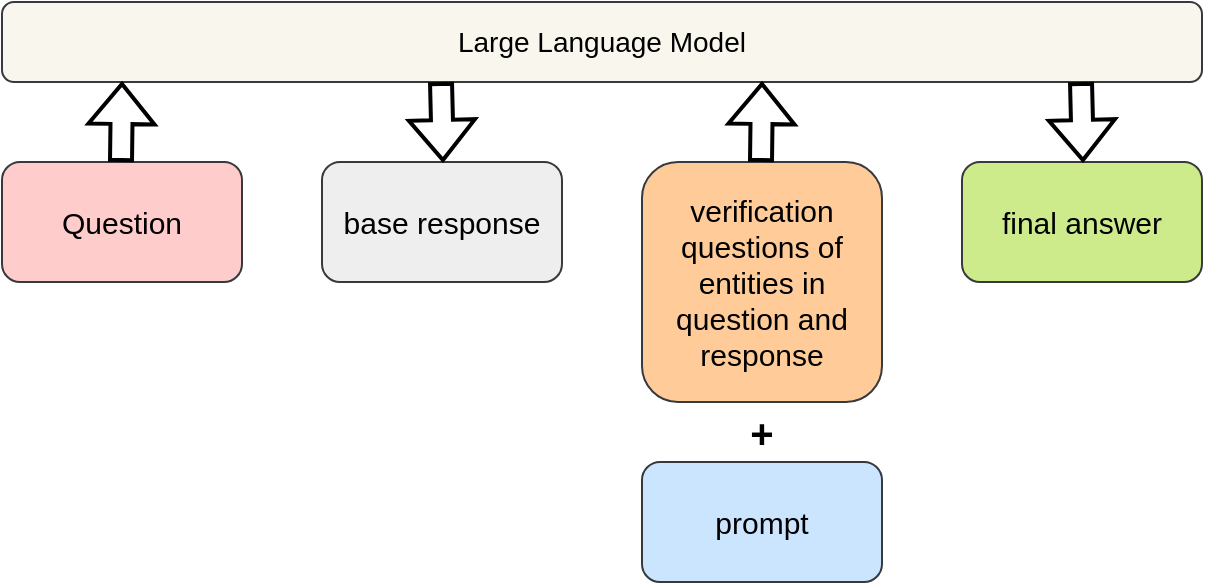
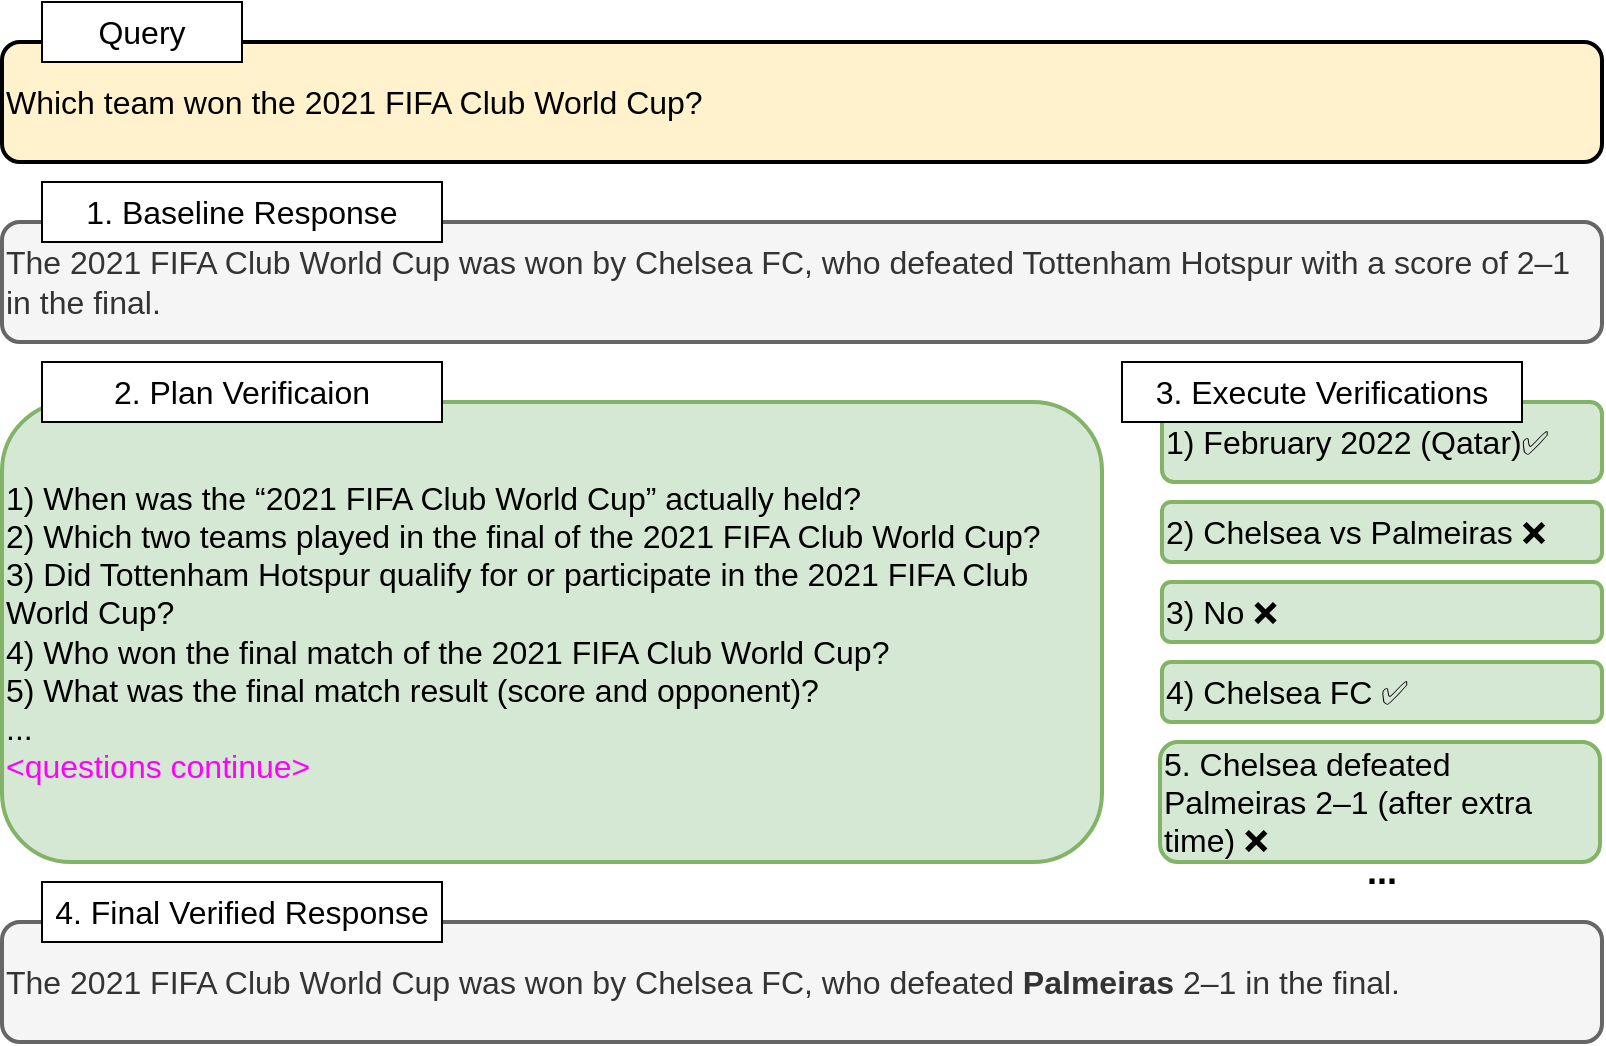
- <mxfile host="Electron" agent="Mozilla/5.0 (Windows NT 10.0; Win64; x64) AppleWebKit/537.36 (KHTML, like Gecko) draw.io/29.0.3 Chrome/140.0.7339.249 Electron/38.7.0 Safari/537.36" version="29.0.3">
+ <mxfile host="Electron" agent="Mozilla/5.0 (Windows NT 10.0; Win64; x64) AppleWebKit/537.36 (KHTML, like Gecko) draw.io/29.3.0 Chrome/140.0.7339.249 Electron/38.7.2 Safari/537.36" version="29.3.0">
  <diagram name="第 1 页" id="AIyV4BcjqFachb0cqfhk">
    <mxGraphModel dx="1090" dy="593" grid="1" gridSize="10" guides="1" tooltips="1" connect="1" arrows="1" fold="1" page="1" pageScale="1" pageWidth="827" pageHeight="1169" math="0" shadow="0">
      <root>
        <mxCell id="0" />
        <mxCell id="1" parent="0" />
-         <mxCell id="ig_agJYFBDcc38hmuwL_-1" value="&lt;font face=&quot;Arial&quot; style=&quot;font-size: 15px;&quot;&gt;Question&lt;/font&gt;" style="rounded=1;whiteSpace=wrap;html=1;fillColor=#ffcccc;strokeColor=#36393d;" parent="1" vertex="1">
-           <mxGeometry x="90" y="250" width="120" height="60" as="geometry" />
+         <mxCell id="i053n4IytH6U0uaCTYtc-1" parent="1" style="rounded=1;whiteSpace=wrap;html=1;fillColor=#fff2cc;strokeColor=#000000;gradientColor=none;strokeWidth=2;align=left;fontFamily=Arial;fontSize=16;" value="Which team won the 2021 FIFA Club World Cup?" vertex="1">
+           <mxGeometry height="60" width="800" x="14" y="60" as="geometry" />
        </mxCell>
-         <mxCell id="ig_agJYFBDcc38hmuwL_-2" value="&lt;font face=&quot;Arial&quot; style=&quot;font-size: 15px;&quot;&gt;base response&lt;/font&gt;" style="rounded=1;whiteSpace=wrap;html=1;fillColor=#eeeeee;strokeColor=#36393d;" parent="1" vertex="1">
-           <mxGeometry x="250" y="250" width="120" height="60" as="geometry" />
+         <mxCell id="i053n4IytH6U0uaCTYtc-2" parent="1" style="rounded=0;whiteSpace=wrap;html=1;fontFamily=Arial;fontSize=16;" value="Query" vertex="1">
+           <mxGeometry height="30" width="100" x="34" y="40" as="geometry" />
        </mxCell>
-         <mxCell id="ig_agJYFBDcc38hmuwL_-3" value="&lt;font face=&quot;Arial&quot;&gt;&lt;span style=&quot;font-size: 15px;&quot;&gt;verification questions of entities in question and response&lt;/span&gt;&lt;/font&gt;" style="rounded=1;whiteSpace=wrap;html=1;fillColor=#ffcc99;strokeColor=#36393d;" parent="1" vertex="1">
-           <mxGeometry x="410" y="250" width="120" height="120" as="geometry" />
+         <mxCell id="i053n4IytH6U0uaCTYtc-3" parent="1" style="rounded=1;whiteSpace=wrap;html=1;fillColor=#f5f5f5;strokeColor=#666666;strokeWidth=2;align=left;fontFamily=Arial;fontSize=16;fontColor=#333333;" value="The 2021 FIFA Club World Cup was won by Chelsea FC, who defeated &lt;span data-start=&quot;496&quot; data-end=&quot;517&quot; style=&quot;&quot;&gt;Tottenham Hotspur&lt;/span&gt; with a score of 2–1 in the final." vertex="1">
+           <mxGeometry height="60" width="800" x="14" y="150" as="geometry" />
        </mxCell>
-         <mxCell id="ig_agJYFBDcc38hmuwL_-4" value="&lt;font face=&quot;Arial&quot; style=&quot;font-size: 15px;&quot;&gt;final answer&lt;/font&gt;" style="rounded=1;whiteSpace=wrap;html=1;fillColor=#cdeb8b;strokeColor=#36393d;" parent="1" vertex="1">
-           <mxGeometry x="570" y="250" width="120" height="60" as="geometry" />
+         <mxCell id="i053n4IytH6U0uaCTYtc-4" parent="1" style="rounded=0;whiteSpace=wrap;html=1;fontFamily=Arial;fontSize=16;" value="1. Baseline Response" vertex="1">
+           <mxGeometry height="30" width="200" x="34" y="130" as="geometry" />
        </mxCell>
-         <mxCell id="ig_agJYFBDcc38hmuwL_-5" value="&lt;font face=&quot;Arial&quot; style=&quot;font-size: 14px;&quot;&gt;Large Language Model&lt;/font&gt;" style="rounded=1;whiteSpace=wrap;html=1;fillColor=#f9f7ed;strokeColor=#36393d;" parent="1" vertex="1">
-           <mxGeometry x="90" y="170" width="600" height="40" as="geometry" />
+         <mxCell id="i053n4IytH6U0uaCTYtc-6" parent="1" style="rounded=1;whiteSpace=wrap;html=1;fillColor=#d5e8d4;strokeColor=#82b366;strokeWidth=2;align=left;fontFamily=Arial;fontSize=16;" value="&lt;span style=&quot;background-color: transparent; color: light-dark(rgb(0, 0, 0), rgb(255, 255, 255));&quot;&gt;1) When was the “2021 FIFA Club World Cup” actually held?&lt;/span&gt;&lt;br&gt;&lt;span style=&quot;background-color: transparent; color: light-dark(rgb(0, 0, 0), rgb(255, 255, 255));&quot;&gt;2) Which two teams played in the final of the 2021 FIFA Club World Cup?&lt;/span&gt;&lt;br&gt;&lt;span style=&quot;background-color: transparent; color: light-dark(rgb(0, 0, 0), rgb(255, 255, 255));&quot;&gt;3) Did Tottenham Hotspur qualify for or participate in the 2021 FIFA Club World Cup?&lt;/span&gt;&lt;br&gt;&lt;span style=&quot;background-color: transparent; color: light-dark(rgb(0, 0, 0), rgb(255, 255, 255));&quot;&gt;4) Who won the final match of the 2021 FIFA Club World Cup?&lt;/span&gt;&lt;br&gt;&lt;span style=&quot;background-color: transparent; color: light-dark(rgb(0, 0, 0), rgb(255, 255, 255));&quot;&gt;5) What was the final match result (score and opponent)?&lt;/span&gt;&lt;br&gt;&lt;span style=&quot;background-color: transparent; color: light-dark(rgb(0, 0, 0), rgb(255, 255, 255));&quot;&gt;...&lt;/span&gt;&lt;br&gt;&lt;span style=&quot;background-color: transparent;&quot;&gt;&lt;font style=&quot;color: light-dark(rgb(255, 0, 255), rgb(255, 255, 255));&quot;&gt;&amp;lt;questions continue&amp;gt;&lt;/font&gt;&lt;/span&gt;" vertex="1">
+           <mxGeometry height="230" width="550" x="14" y="240" as="geometry" />
        </mxCell>
-         <mxCell id="ig_agJYFBDcc38hmuwL_-6" value="&lt;font style=&quot;font-size: 15px;&quot;&gt;prompt&lt;/font&gt;" style="rounded=1;whiteSpace=wrap;html=1;fillColor=#cce5ff;strokeColor=#36393d;fontFamily=Arial;" parent="1" vertex="1">
-           <mxGeometry x="410" y="400" width="120" height="60" as="geometry" />
+         <mxCell id="i053n4IytH6U0uaCTYtc-7" parent="1" style="rounded=0;whiteSpace=wrap;html=1;fontFamily=Arial;fontSize=16;" value="2. Plan Verificaion" vertex="1">
+           <mxGeometry height="30" width="200" x="34" y="220" as="geometry" />
        </mxCell>
-         <mxCell id="ig_agJYFBDcc38hmuwL_-7" value="" style="shape=flexArrow;endArrow=classic;html=1;rounded=0;fontStyle=0;strokeWidth=2;" parent="1" edge="1">
-           <mxGeometry width="50" height="50" relative="1" as="geometry">
-             <mxPoint x="149.5" y="250" as="sourcePoint" />
-             <mxPoint x="150" y="210" as="targetPoint" />
-           </mxGeometry>
+         <mxCell id="i053n4IytH6U0uaCTYtc-9" parent="1" style="rounded=1;whiteSpace=wrap;html=1;fillColor=#d5e8d4;strokeColor=#82b366;strokeWidth=2;align=left;fontFamily=Arial;fontSize=16;" value="1) February 2022 (Qatar)✅" vertex="1">
+           <mxGeometry height="40" width="220" x="594" y="240" as="geometry" />
        </mxCell>
-         <mxCell id="ig_agJYFBDcc38hmuwL_-8" value="" style="shape=flexArrow;endArrow=classic;html=1;rounded=0;fontStyle=0;strokeWidth=2;" parent="1" edge="1">
-           <mxGeometry width="50" height="50" relative="1" as="geometry">
-             <mxPoint x="309.5" y="210" as="sourcePoint" />
-             <mxPoint x="310.5" y="250" as="targetPoint" />
-           </mxGeometry>
+         <mxCell id="i053n4IytH6U0uaCTYtc-10" parent="1" style="rounded=1;whiteSpace=wrap;html=1;fillColor=#d5e8d4;strokeColor=#82b366;strokeWidth=2;align=left;fontFamily=Arial;fontSize=16;" value="&lt;div&gt;2) Chelsea vs Palmeiras&amp;nbsp;❌&lt;/div&gt;" vertex="1">
+           <mxGeometry height="30" width="220" x="594" y="290" as="geometry" />
        </mxCell>
-         <mxCell id="ig_agJYFBDcc38hmuwL_-9" value="&lt;font face=&quot;Arial&quot; style=&quot;font-size: 20px;&quot;&gt;&lt;b style=&quot;line-height: 100%;&quot;&gt;+&lt;/b&gt;&lt;/font&gt;" style="text;html=1;whiteSpace=wrap;strokeColor=none;fillColor=none;align=center;verticalAlign=middle;rounded=0;" parent="1" vertex="1">
-           <mxGeometry x="440" y="370" width="60" height="30" as="geometry" />
+         <mxCell id="i053n4IytH6U0uaCTYtc-11" parent="1" style="rounded=1;whiteSpace=wrap;html=1;fillColor=#d5e8d4;strokeColor=#82b366;strokeWidth=2;align=left;fontFamily=Arial;fontSize=16;" value="3)&amp;nbsp;No ❌" vertex="1">
+           <mxGeometry height="30" width="220" x="594" y="330" as="geometry" />
        </mxCell>
-         <mxCell id="ig_agJYFBDcc38hmuwL_-10" value="" style="shape=flexArrow;endArrow=classic;html=1;rounded=0;fontStyle=0;strokeWidth=2;" parent="1" edge="1">
-           <mxGeometry width="50" height="50" relative="1" as="geometry">
-             <mxPoint x="469.5" y="250" as="sourcePoint" />
-             <mxPoint x="470" y="210" as="targetPoint" />
-           </mxGeometry>
+         <mxCell id="i053n4IytH6U0uaCTYtc-12" parent="1" style="rounded=1;whiteSpace=wrap;html=1;fillColor=#d5e8d4;strokeColor=#82b366;strokeWidth=2;align=left;fontFamily=Arial;fontSize=16;" value="4)&amp;nbsp;Chelsea FC ✅" vertex="1">
+           <mxGeometry height="30" width="220" x="594" y="370" as="geometry" />
        </mxCell>
-         <mxCell id="ig_agJYFBDcc38hmuwL_-11" value="" style="shape=flexArrow;endArrow=classic;html=1;rounded=0;fontStyle=0;strokeWidth=2;" parent="1" edge="1">
-           <mxGeometry width="50" height="50" relative="1" as="geometry">
-             <mxPoint x="629.5" y="210" as="sourcePoint" />
-             <mxPoint x="630.5" y="250" as="targetPoint" />
-           </mxGeometry>
+         <mxCell id="i053n4IytH6U0uaCTYtc-13" parent="1" style="rounded=1;whiteSpace=wrap;html=1;fillColor=#d5e8d4;strokeColor=#82b366;strokeWidth=2;align=left;fontFamily=Arial;fontSize=16;" value="&lt;div&gt;5.&amp;nbsp;Chelsea defeated Palmeiras 2–1 (after extra time) ❌&lt;/div&gt;" vertex="1">
+           <mxGeometry height="60" width="220" x="593" y="410" as="geometry" />
+         </mxCell>
+         <mxCell id="i053n4IytH6U0uaCTYtc-14" parent="1" style="rounded=0;whiteSpace=wrap;html=1;fontFamily=Arial;fontSize=16;" value="3. Execute Verifications" vertex="1">
+           <mxGeometry height="30" width="200" x="574" y="220" as="geometry" />
+         </mxCell>
+         <mxCell id="i053n4IytH6U0uaCTYtc-15" parent="1" style="rounded=1;whiteSpace=wrap;html=1;fillColor=#f5f5f5;strokeColor=#666666;strokeWidth=2;align=left;fontFamily=Arial;fontSize=16;fontColor=#333333;" value="The 2021 FIFA Club World Cup was won by Chelsea FC, who defeated &lt;strong data-start=&quot;1721&quot; data-end=&quot;1734&quot;&gt;Palmeiras&lt;/strong&gt; 2–1 in the final." vertex="1">
+           <mxGeometry height="60" width="800" x="14" y="500" as="geometry" />
+         </mxCell>
+         <mxCell id="i053n4IytH6U0uaCTYtc-16" parent="1" style="rounded=0;whiteSpace=wrap;html=1;fontFamily=Arial;fontSize=16;" value="4.&amp;nbsp;Final Verified Response" vertex="1">
+           <mxGeometry height="30" width="200" x="34" y="480" as="geometry" />
+         </mxCell>
+         <mxCell id="i053n4IytH6U0uaCTYtc-17" parent="1" style="text;html=1;whiteSpace=wrap;strokeColor=none;fillColor=none;align=center;verticalAlign=middle;rounded=0;autosize=1;resizable=0;" value="&lt;font face=&quot;Arial&quot; style=&quot;font-size: 18px;&quot;&gt;&lt;b style=&quot;&quot;&gt;...&lt;/b&gt;&lt;/font&gt;" vertex="1">
+           <mxGeometry height="40" width="40" x="684" y="455" as="geometry" />
        </mxCell>
      </root>
    </mxGraphModel>
  </diagram>
</mxfile>
